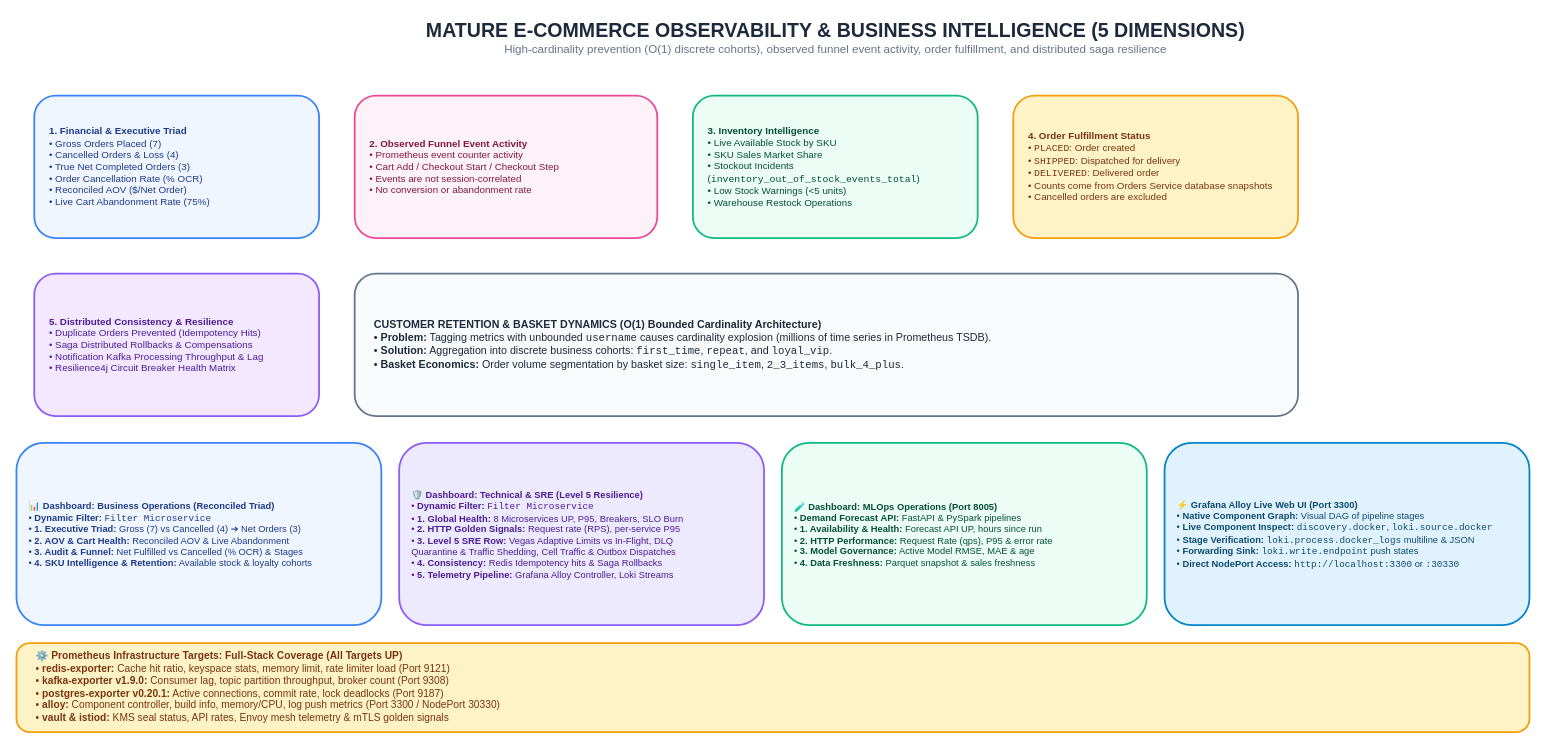
This is page "8. Mature E-Commerce Observability Architecture" (8 of 20) of docs/Diagrams.drawio from GeorgeGxx/microservices-architecture, a draw.io file, before an edit. Source tidied: cells renumbered, new cells numbered last; positions are measured from the earlier drawing's top-left corner, leaving out a move shared by most shapes. Both pictures are drawn from the tidied source at 89%, with x=0, y=0 at pixel (16, 15).
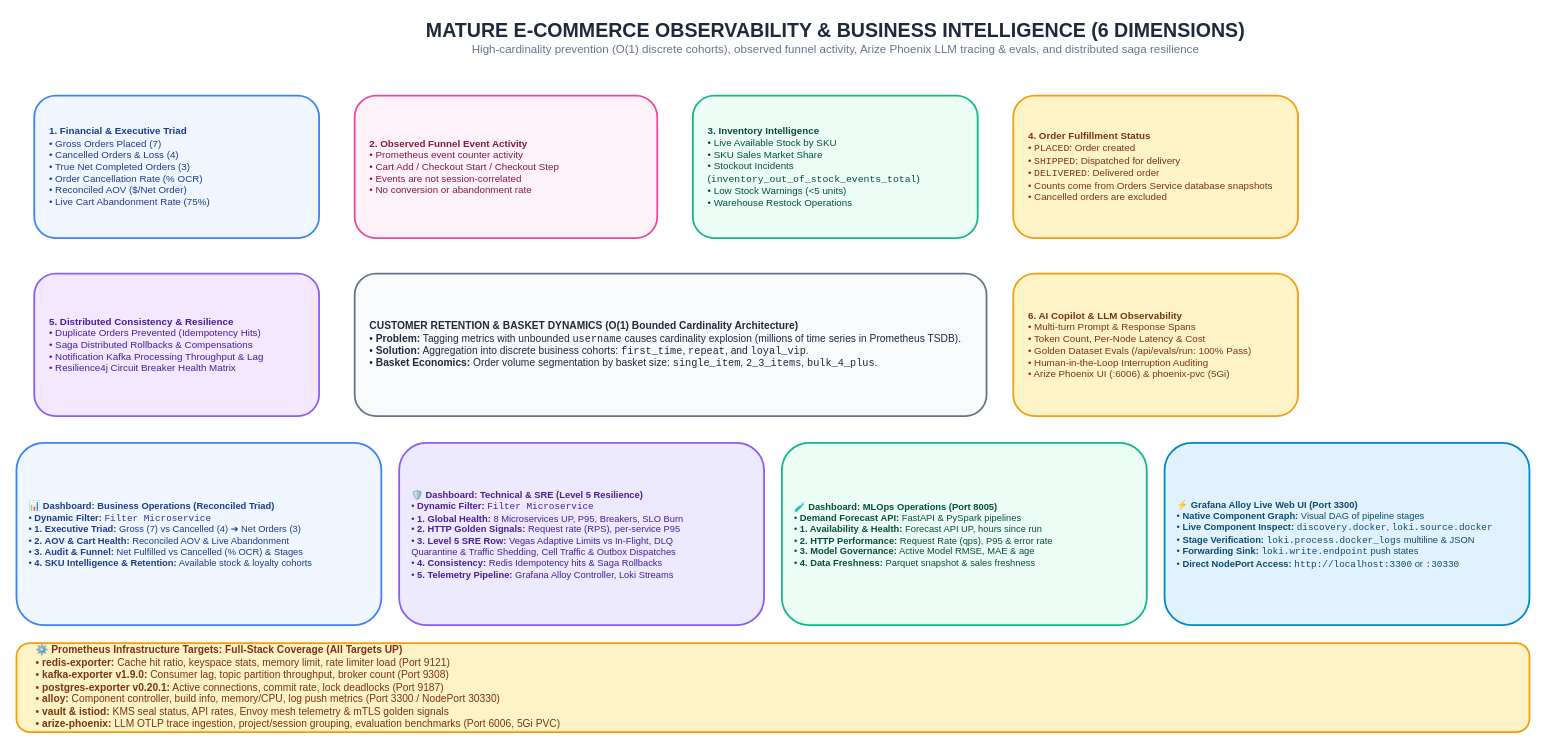
The same diagram, later.

Commit message (it also covers changes not shown here):
docs: strategic sync across diagrams and enterprise documentation for AI copilot, GPU and right-sizing

What changed in the source:
```diff
@@
 <mxGraphModel>
   <root>
     <mxCell id="0" />
     <mxCell id="1" parent="0" />
-    <mxCell id="2" value="&lt;b style='font-size:22px;color:#1E293B;'&gt;MATURE E-COMMERCE OBSERVABILITY &amp; BUSINESS INTELLIGENCE (5 DIMENSIONS)&lt;/b&gt;&lt;br&gt;&lt;span style='font-size:13px;color:#64748B;'&gt;High-cardinality prevention (O(1) discrete cohorts), observed funnel event activity, order fulfillment, and distributed saga resilience&lt;/span&gt;" style="text;html=1;align=center;verticalAlign=middle;rounded=0;" parent="1" vertex="1">
+    <mxCell id="2" value="&lt;b style='font-size:22px;color:#1E293B;'&gt;MATURE E-COMMERCE OBSERVABILITY &amp; BUSINESS INTELLIGENCE (6 DIMENSIONS)&lt;/b&gt;&lt;br&gt;&lt;span style='font-size:13px;color:#64748B;'&gt;High-cardinality prevention (O(1) discrete cohorts), observed funnel activity, Arize Phoenix LLM tracing &amp;amp; evals, and distributed saga resilience&lt;/span&gt;" style="text;html=1;align=center;verticalAlign=middle;rounded=0;" parent="1" vertex="1">
       <mxGeometry x="220" width="1400" height="50" as="geometry" />
     </mxCell>
     <mxCell id="3" value="&lt;b&gt;1. Financial &amp; Executive Triad&lt;/b&gt;&lt;br&gt;• Gross Orders Placed (7)&lt;br&gt;• Cancelled Orders &amp;amp; Loss (4)&lt;br&gt;• True Net Completed Orders (3)&lt;br&gt;• Order Cancellation Rate (% OCR)&lt;br&gt;• Reconciled AOV ($/Net Order)&lt;br&gt;• Live Cart Abandonment Rate (75%)" style="rounded=1;whiteSpace=wrap;html=1;fillColor=#EFF6FF;strokeColor=#3B82F6;strokeWidth=2;fontColor=#1E3A8A;fontSize=11;align=left;spacingLeft=15;" parent="1" vertex="1">
       <mxGeometry x="20" y="90" width="320" height="160" as="geometry" />
     </mxCell>
     <mxCell id="4" value="&lt;b&gt;2. Observed Funnel Event Activity&lt;/b&gt;&lt;br&gt;• Prometheus event counter activity&lt;br&gt;• Cart Add / Checkout Start / Checkout Step&lt;br&gt;• Events are not session-correlated&lt;br&gt;• No conversion or abandonment rate" style="rounded=1;whiteSpace=wrap;html=1;fillColor=#FDF2F8;strokeColor=#EC4899;strokeWidth=2;fontColor=#831843;fontSize=11;align=left;spacingLeft=15;" parent="1" vertex="1">
       <mxGeometry x="380" y="90" width="340" height="160" as="geometry" />
     </mxCell>
     <mxCell id="5" value="&lt;b&gt;3. Inventory Intelligence&lt;/b&gt;&lt;br&gt;• Live Available Stock by SKU&lt;br&gt;• SKU Sales Market Share&lt;br&gt;• Stockout Incidents (&lt;code&gt;inventory_out_of_stock_events_total&lt;/code&gt;)&lt;br&gt;• Low Stock Warnings (&amp;lt;5 units)&lt;br&gt;• Warehouse Restock Operations" style="rounded=1;whiteSpace=wrap;html=1;fillColor=#ECFDF5;strokeColor=#10B981;strokeWidth=2;fontColor=#064E3B;fontSize=11;align=left;spacingLeft=15;" parent="1" vertex="1">
       <mxGeometry x="760" y="90" width="320" height="160" as="geometry" />
     </mxCell>
     <mxCell id="6" value="&lt;b&gt;4. Order Fulfillment Status&lt;/b&gt;&lt;br&gt;• &lt;code&gt;PLACED&lt;/code&gt;: Order created&lt;br&gt;• &lt;code&gt;SHIPPED&lt;/code&gt;: Dispatched for delivery&lt;br&gt;• &lt;code&gt;DELIVERED&lt;/code&gt;: Delivered order&lt;br&gt;• Counts come from Orders Service database snapshots&lt;br&gt;• Cancelled orders are excluded" style="rounded=1;whiteSpace=wrap;html=1;fillColor=#FEF3C7;strokeColor=#F59E0B;strokeWidth=2;fontColor=#78350F;fontSize=11;align=left;spacingLeft=15;" parent="1" vertex="1">
       <mxGeometry x="1120" y="90" width="320" height="160" as="geometry" />
     </mxCell>
     <mxCell id="7" value="&lt;b&gt;5. Distributed Consistency &amp; Resilience&lt;/b&gt;&lt;br&gt;• Duplicate Orders Prevented (Idempotency Hits)&lt;br&gt;• Saga Distributed Rollbacks &amp; Compensations&lt;br&gt;• Notification Kafka Processing Throughput &amp; Lag&lt;br&gt;• Resilience4j Circuit Breaker Health Matrix" style="rounded=1;whiteSpace=wrap;html=1;fillColor=#F3E8FF;strokeColor=#8B5CF6;strokeWidth=2;fontColor=#4C1D95;fontSize=11;align=left;spacingLeft=15;" parent="1" vertex="1">
       <mxGeometry x="20" y="290" width="320" height="160" as="geometry" />
     </mxCell>
-    <mxCell id="8" value="&lt;b&gt;CUSTOMER RETENTION &amp; BASKET DYNAMICS (O(1) Bounded Cardinality Architecture)&lt;/b&gt;&lt;br&gt;• &lt;b&gt;Problem:&lt;/b&gt; Tagging metrics with unbounded &lt;code&gt;username&lt;/code&gt; causes cardinality explosion (millions of time series in Prometheus TSDB).&lt;br&gt;• &lt;b&gt;Solution:&lt;/b&gt; Aggregation into discrete business cohorts: &lt;code&gt;first_time&lt;/code&gt;, &lt;code&gt;repeat&lt;/code&gt;, and &lt;code&gt;loyal_vip&lt;/code&gt;.&lt;br&gt;• &lt;b&gt;Basket Economics:&lt;/b&gt; Order volume segmentation by basket size: &lt;code&gt;single_item&lt;/code&gt;, &lt;code&gt;2_3_items&lt;/code&gt;, &lt;code&gt;bulk_4_plus&lt;/code&gt;." style="rounded=1;whiteSpace=wrap;html=1;fillColor=#F8FAFC;strokeColor=#64748B;strokeWidth=2;fontColor=#1E293B;fontSize=12;align=left;spacingLeft=20;" parent="1" vertex="1">
-      <mxGeometry x="380" y="290" width="1060" height="160" as="geometry" />
+    <mxCell id="8" value="&lt;b&gt;CUSTOMER RETENTION &amp; BASKET DYNAMICS (O(1) Bounded Cardinality Architecture)&lt;/b&gt;&lt;br&gt;• &lt;b&gt;Problem:&lt;/b&gt; Tagging metrics with unbounded &lt;code&gt;username&lt;/code&gt; causes cardinality explosion (millions of time series in Prometheus TSDB).&lt;br&gt;• &lt;b&gt;Solution:&lt;/b&gt; Aggregation into discrete business cohorts: &lt;code&gt;first_time&lt;/code&gt;, &lt;code&gt;repeat&lt;/code&gt;, and &lt;code&gt;loyal_vip&lt;/code&gt;.&lt;br&gt;• &lt;b&gt;Basket Economics:&lt;/b&gt; Order volume segmentation by basket size: &lt;code&gt;single_item&lt;/code&gt;, &lt;code&gt;2_3_items&lt;/code&gt;, &lt;code&gt;bulk_4_plus&lt;/code&gt;." style="rounded=1;whiteSpace=wrap;html=1;fillColor=#F8FAFC;strokeColor=#64748B;strokeWidth=2;fontColor=#1E293B;fontSize=11.5;align=left;spacingLeft=15;" parent="1" vertex="1">
+      <mxGeometry x="380" y="290" width="710" height="160" as="geometry" />
     </mxCell>
+    <mxCell id="14" value="&lt;b&gt;6. AI Copilot &amp;amp; LLM Observability&lt;/b&gt;&lt;br&gt;• Multi-turn Prompt &amp;amp; Response Spans&lt;br&gt;• Token Count, Per-Node Latency &amp;amp; Cost&lt;br&gt;• Golden Dataset Evals (/api/evals/run: 100% Pass)&lt;br&gt;• Human-in-the-Loop Interruption Auditing&lt;br&gt;• Arize Phoenix UI (:6006) &amp;amp; phoenix-pvc (5Gi)" style="rounded=1;whiteSpace=wrap;html=1;fillColor=#FEF3C7;strokeColor=#F59E0B;strokeWidth=2;fontColor=#78350F;fontSize=11;align=left;spacingLeft=15;" parent="1" vertex="1">
+      <mxGeometry x="1120" y="290" width="320" height="160" as="geometry" />
+    </mxCell>
     <mxCell id="9" value="&lt;b&gt;📊 Dashboard: Business Operations (Reconciled Triad)&lt;/b&gt;&lt;br&gt;• &lt;b&gt;Dynamic Filter:&lt;/b&gt; &lt;code&gt;Filter Microservice&lt;/code&gt;&lt;br&gt;• &lt;b&gt;1. Executive Triad:&lt;/b&gt; Gross (7) vs Cancelled (4) ➔ Net Orders (3)&lt;br&gt;• &lt;b&gt;2. AOV &amp;amp; Cart Health:&lt;/b&gt; Reconciled AOV &amp;amp; Live Abandonment&lt;br&gt;• &lt;b&gt;3. Audit &amp;amp; Funnel:&lt;/b&gt; Net Fulfilled vs Cancelled (% OCR) &amp;amp; Stages&lt;br&gt;• &lt;b&gt;4. SKU Intelligence &amp;amp; Retention:&lt;/b&gt; Available stock &amp;amp; loyalty cohorts" style="rounded=1;whiteSpace=wrap;html=1;fillColor=#EFF6FF;strokeColor=#3B82F6;strokeWidth=2;fontColor=#1E3A8A;fontSize=10.5;align=left;spacingLeft=12;" parent="1" vertex="1">
       <mxGeometry y="480" width="410" height="205" as="geometry" />
     </mxCell>
     <mxCell id="10" value="&lt;b&gt;🛡️ Dashboard: Technical &amp;amp; SRE (Level 5 Resilience)&lt;/b&gt;&lt;br&gt;• &lt;b&gt;Dynamic Filter:&lt;/b&gt; &lt;code&gt;Filter Microservice&lt;/code&gt;&lt;br&gt;• &lt;b&gt;1. Global Health:&lt;/b&gt; 8 Microservices UP, P95, Breakers, SLO Burn&lt;br&gt;• &lt;b&gt;2. HTTP Golden Signals:&lt;/b&gt; Request rate (RPS), per-service P95&lt;br&gt;• &lt;b&gt;3. Level 5 SRE Row:&lt;/b&gt; Vegas Adaptive Limits vs In-Flight, DLQ&lt;br&gt;Quarantine &amp;amp; Traffic Shedding, Cell Traffic &amp;amp; Outbox Dispatches&lt;br&gt;• &lt;b&gt;4. Consistency:&lt;/b&gt; Redis Idempotency hits &amp;amp; Saga Rollbacks&lt;br&gt;• &lt;b&gt;5. Telemetry Pipeline:&lt;/b&gt; Grafana Alloy Controller, Loki Streams" style="rounded=1;whiteSpace=wrap;html=1;fillColor=#EDE9FE;strokeColor=#8B5CF6;strokeWidth=2;fontColor=#4C1D95;fontSize=10.5;align=left;spacingLeft=12;" parent="1" vertex="1">
       <mxGeometry x="430" y="480" width="410" height="205" as="geometry" />
     </mxCell>
     <mxCell id="11" value="&lt;b&gt;🧪 Dashboard: MLOps Operations (Port 8005)&lt;/b&gt;&lt;br&gt;• &lt;b&gt;Demand Forecast API:&lt;/b&gt; FastAPI &amp; PySpark pipelines&lt;br&gt;• &lt;b&gt;1. Availability &amp; Health:&lt;/b&gt; Forecast API UP, hours since run&lt;br&gt;• &lt;b&gt;2. HTTP Performance:&lt;/b&gt; Request Rate (qps), P95 &amp; error rate&lt;br&gt;• &lt;b&gt;3. Model Governance:&lt;/b&gt; Active Model RMSE, MAE &amp; age&lt;br&gt;• &lt;b&gt;4. Data Freshness:&lt;/b&gt; Parquet snapshot &amp; sales freshness" style="rounded=1;whiteSpace=wrap;html=1;fillColor=#ECFDF5;strokeColor=#10B981;strokeWidth=2;fontColor=#064E3B;fontSize=10.5;align=left;spacingLeft=12;" parent="1" vertex="1">
       <mxGeometry x="860" y="480" width="410" height="205" as="geometry" />
     </mxCell>
     <mxCell id="12" value="&lt;b&gt;⚡ Grafana Alloy Live Web UI (Port 3300)&lt;/b&gt;&lt;br&gt;• &lt;b&gt;Native Component Graph:&lt;/b&gt; Visual DAG of pipeline stages&lt;br&gt;• &lt;b&gt;Live Component Inspect:&lt;/b&gt; &lt;code&gt;discovery.docker&lt;/code&gt;, &lt;code&gt;loki.source.docker&lt;/code&gt;&lt;br&gt;• &lt;b&gt;Stage Verification:&lt;/b&gt; &lt;code&gt;loki.process.docker_logs&lt;/code&gt; multiline &amp; JSON&lt;br&gt;• &lt;b&gt;Forwarding Sink:&lt;/b&gt; &lt;code&gt;loki.write.endpoint&lt;/code&gt; push states&lt;br&gt;• &lt;b&gt;Direct NodePort Access:&lt;/b&gt; &lt;code&gt;http://localhost:3300&lt;/code&gt; or &lt;code&gt;:30330&lt;/code&gt;" style="rounded=1;whiteSpace=wrap;html=1;fillColor=#E0F2FE;strokeColor=#0284C7;strokeWidth=2;fontColor=#0C4A6E;fontSize=10.5;align=left;spacingLeft=12;" parent="1" vertex="1">
       <mxGeometry x="1290" y="480" width="410" height="205" as="geometry" />
     </mxCell>
-    <mxCell id="13" value="&lt;b&gt;⚙️ Prometheus Infrastructure Targets: Full-Stack Coverage (All Targets UP)&lt;/b&gt;&lt;br&gt;• &lt;b&gt;redis-exporter:&lt;/b&gt; Cache hit ratio, keyspace stats, memory limit, rate limiter load (Port 9121)&lt;br&gt;• &lt;b&gt;kafka-exporter v1.9.0:&lt;/b&gt; Consumer lag, topic partition throughput, broker count (Port 9308)&lt;br&gt;• &lt;b&gt;postgres-exporter v0.20.1:&lt;/b&gt; Active connections, commit rate, lock deadlocks (Port 9187)&lt;br&gt;• &lt;b&gt;alloy:&lt;/b&gt; Component controller, build info, memory/CPU, log push metrics (Port 3300 / NodePort 30330)&lt;br&gt;• &lt;b&gt;vault &amp; istiod:&lt;/b&gt; KMS seal status, API rates, Envoy mesh telemetry &amp; mTLS golden signals" style="rounded=1;whiteSpace=wrap;html=1;fillColor=#FEF3C7;strokeColor=#F59E0B;strokeWidth=2;fontColor=#78350F;fontSize=11.5;align=left;spacingLeft=20;" parent="1" vertex="1">
+    <mxCell id="13" value="&lt;b&gt;⚙️ Prometheus Infrastructure Targets: Full-Stack Coverage (All Targets UP)&lt;/b&gt;&lt;br&gt;• &lt;b&gt;redis-exporter:&lt;/b&gt; Cache hit ratio, keyspace stats, memory limit, rate limiter load (Port 9121)&lt;br&gt;• &lt;b&gt;kafka-exporter v1.9.0:&lt;/b&gt; Consumer lag, topic partition throughput, broker count (Port 9308)&lt;br&gt;• &lt;b&gt;postgres-exporter v0.20.1:&lt;/b&gt; Active connections, commit rate, lock deadlocks (Port 9187)&lt;br&gt;• &lt;b&gt;alloy:&lt;/b&gt; Component controller, build info, memory/CPU, log push metrics (Port 3300 / NodePort 30330)&lt;br&gt;• &lt;b&gt;vault &amp; istiod:&lt;/b&gt; KMS seal status, API rates, Envoy mesh telemetry &amp; mTLS golden signals&lt;br&gt;• &lt;b&gt;arize-phoenix:&lt;/b&gt; LLM OTLP trace ingestion, project/session grouping, evaluation benchmarks (Port 6006, 5Gi PVC)" style="rounded=1;whiteSpace=wrap;html=1;fillColor=#FEF3C7;strokeColor=#F59E0B;strokeWidth=2;fontColor=#78350F;fontSize=11.5;align=left;spacingLeft=20;" parent="1" vertex="1">
       <mxGeometry y="705" width="1700" height="100" as="geometry" />
     </mxCell>
   </root>
 </mxGraphModel>
```
